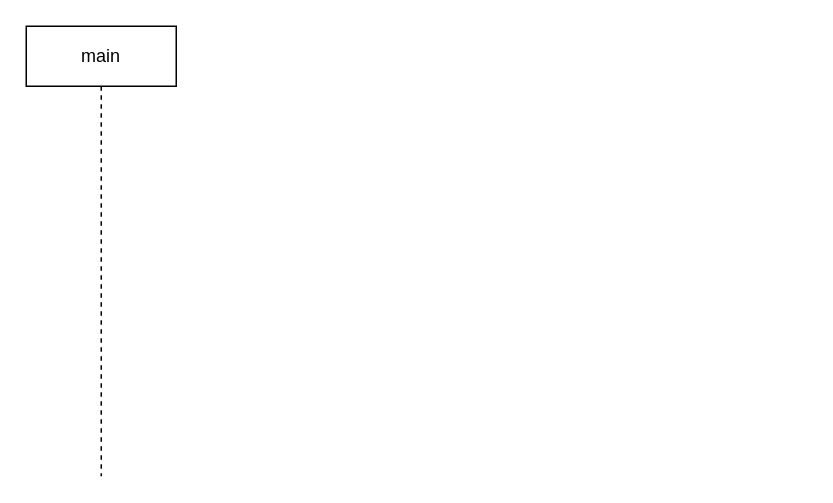
Above: page "Dijagram slijeda main" (9 of 9) of dijagram.drawio in Lkrsticev/IgraVjesala (draw.io), before the change. Source tidied: cells renumbered, new cells numbered last; positions are measured from the earlier drawing's top-left corner, leaving out a move shared by most shapes. Both pictures are drawn from the tidied source at 150%, with x=0, y=0 at pixel (26, 26).
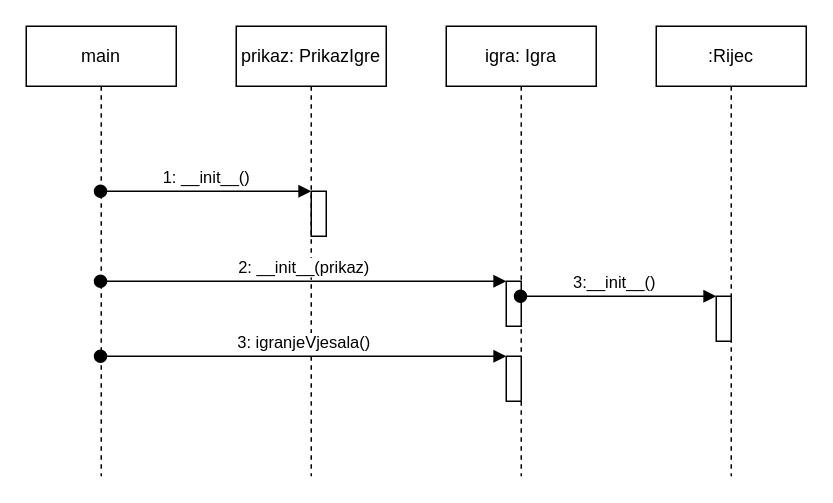
The same diagram, later.

The edit, as a diff of the source:
```diff
@@
 <mxGraphModel>
   <root>
     <mxCell id="0" />
     <mxCell id="1" parent="0" />
     <mxCell id="2" value="main" style="shape=umlLifeline;perimeter=lifelinePerimeter;whiteSpace=wrap;html=1;outlineConnect=0;" parent="1" vertex="1">
       <mxGeometry width="100" height="300" as="geometry" />
     </mxCell>
+    <mxCell id="3" value="prikaz: PrikazIgre" style="shape=umlLifeline;perimeter=lifelinePerimeter;whiteSpace=wrap;html=1;" parent="1" vertex="1">
+      <mxGeometry x="140" width="100" height="300" as="geometry" />
+    </mxCell>
+    <mxCell id="4" style="html=1;points=[];perimeter=orthogonalPerimeter;" parent="3" vertex="1">
+      <mxGeometry x="50" y="110" width="10" height="30" as="geometry" />
+    </mxCell>
+    <mxCell id="5" value="igra: Igra" style="shape=umlLifeline;perimeter=lifelinePerimeter;whiteSpace=wrap;html=1;outlineConnect=0;" parent="1" vertex="1">
+      <mxGeometry x="280" width="100" height="300" as="geometry" />
+    </mxCell>
+    <mxCell id="6" value="1: __init__()" style="html=1;verticalAlign=bottom;startArrow=oval;endArrow=block;startSize=8;" parent="1" edge="1" source="2" target="4">
+      <mxGeometry relative="1" as="geometry">
+        <Array as="points">
+          <mxPoint x="120" y="110" />
+        </Array>
+      </mxGeometry>
+    </mxCell>
+    <mxCell id="7" style="html=1;points=[];perimeter=orthogonalPerimeter;" parent="1" vertex="1">
+      <mxGeometry x="320" y="170" width="10" height="30" as="geometry" />
+    </mxCell>
+    <mxCell id="8" value="2: __init__(prikaz)" style="html=1;verticalAlign=bottom;startArrow=oval;endArrow=block;startSize=8;" parent="1" edge="1" source="2" target="7">
+      <mxGeometry relative="1" as="geometry" />
+    </mxCell>
+    <mxCell id="9" style="html=1;points=[];perimeter=orthogonalPerimeter;" parent="1" vertex="1">
+      <mxGeometry x="320" y="220" width="10" height="30" as="geometry" />
+    </mxCell>
+    <mxCell id="10" value="3: igranjeVjesala()" style="html=1;verticalAlign=bottom;startArrow=oval;endArrow=block;startSize=8;" parent="1" edge="1" source="2" target="9">
+      <mxGeometry relative="1" as="geometry">
+        <Array as="points">
+          <mxPoint x="190" y="220" />
+        </Array>
+      </mxGeometry>
+    </mxCell>
+    <mxCell id="11" value=":Rijec" style="shape=umlLifeline;perimeter=lifelinePerimeter;whiteSpace=wrap;html=1;" parent="1" vertex="1">
+      <mxGeometry x="420" width="100" height="300" as="geometry" />
+    </mxCell>
+    <mxCell id="12" style="html=1;points=[];perimeter=orthogonalPerimeter;" parent="1" vertex="1">
+      <mxGeometry x="460" y="180" width="10" height="30" as="geometry" />
+    </mxCell>
+    <mxCell id="13" value="3:__init__()" style="html=1;verticalAlign=bottom;startArrow=oval;endArrow=block;startSize=8;" parent="1" edge="1" source="5" target="12">
+      <mxGeometry x="-0.07" relative="1" as="geometry">
+        <mxPoint x="1" as="offset" />
+      </mxGeometry>
+    </mxCell>
   </root>
 </mxGraphModel>
```
